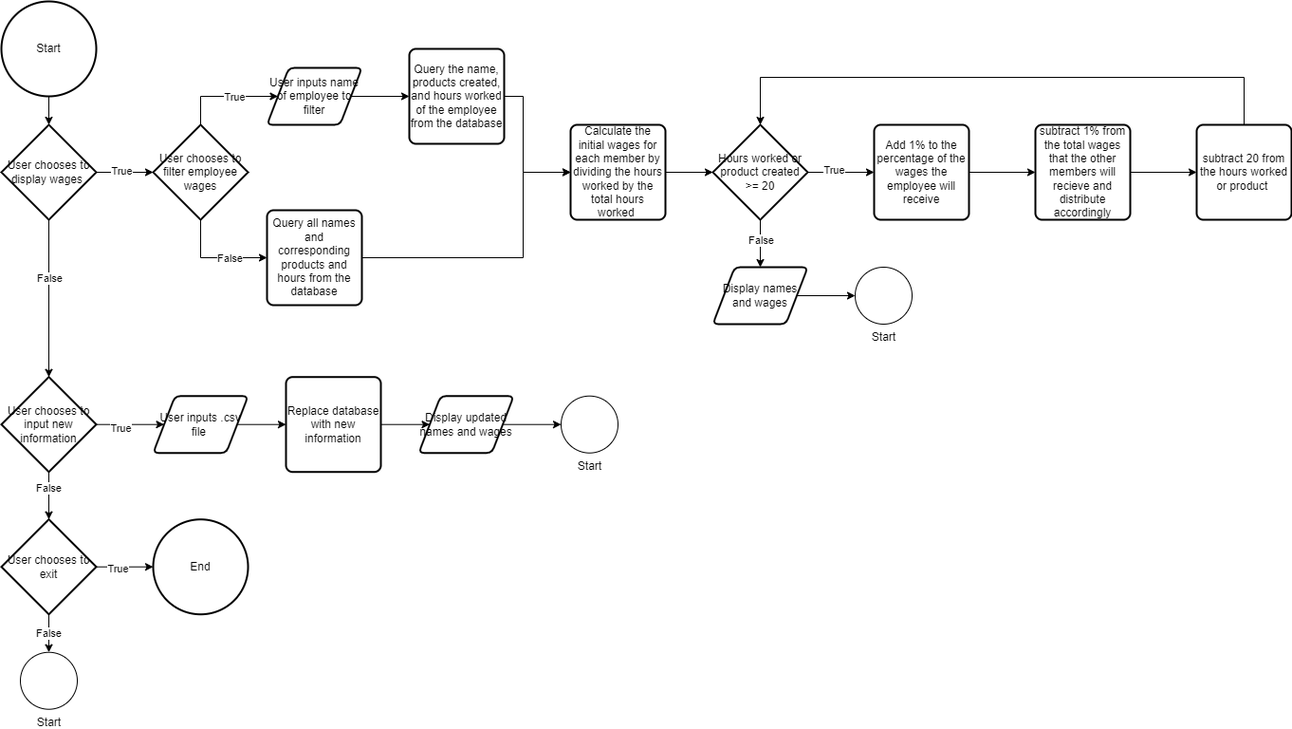
mimimelonxxxx/CSE2190-Easy keeps this draw.io diagram as Wage Calculator Flowchart.drawio.png. Above is the earlier version. Source tidied: cells renumbered, new cells last; positions are measured from the earlier drawing's top-left corner, leaving out a move shared by most shapes.
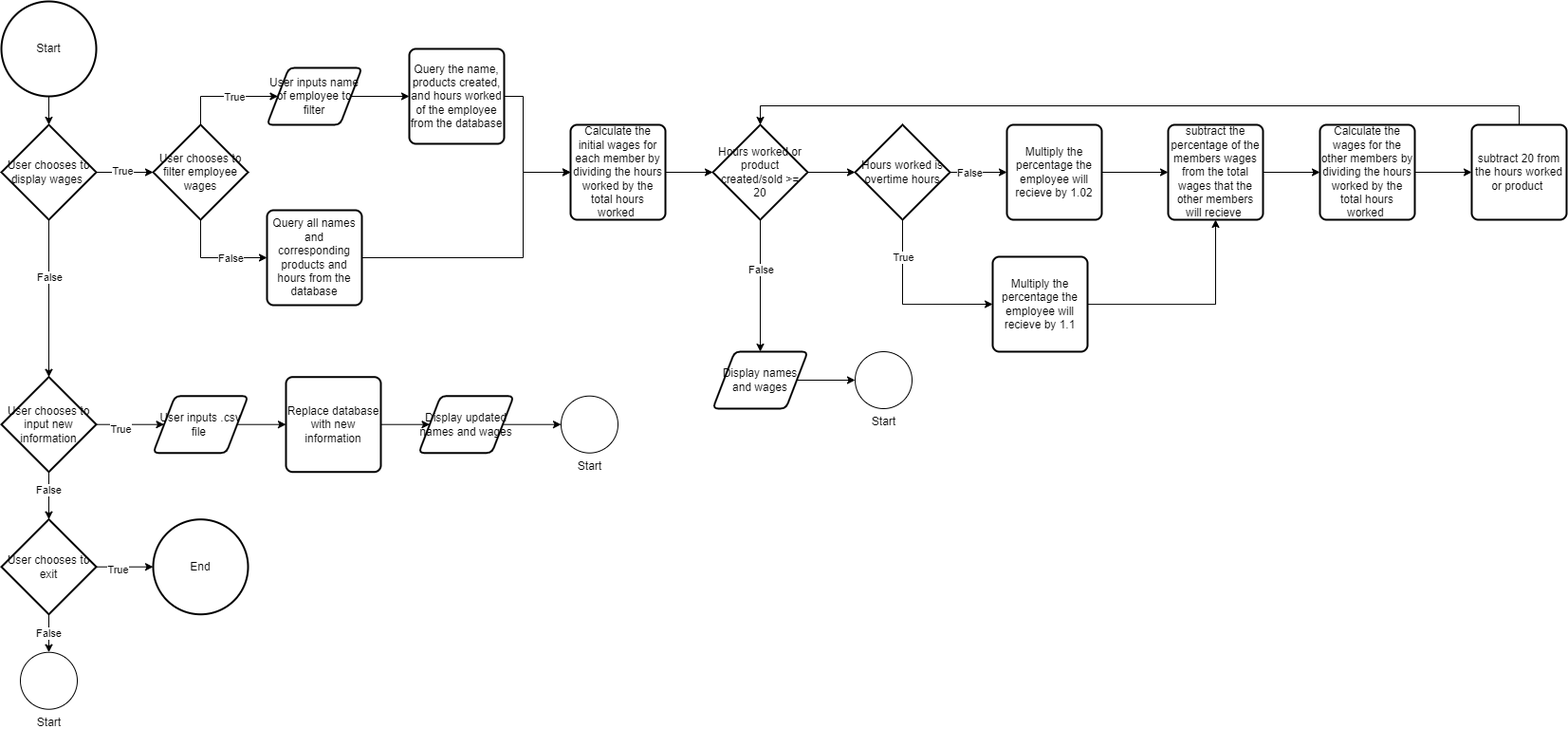
After the change.

Change to the diagram source:
```diff
@@ -121,10 +121,10 @@
       <mxGeometry relative="1" as="geometry" />
     </mxCell>
     <mxCell id="32" value="Display names and wages" style="shape=parallelogram;html=1;strokeWidth=2;perimeter=parallelogramPerimeter;whiteSpace=wrap;rounded=1;arcSize=12;size=0.23;" parent="1" vertex="1">
-      <mxGeometry x="750" y="280" width="100" height="60" as="geometry" />
+      <mxGeometry x="750" y="369" width="100" height="60" as="geometry" />
     </mxCell>
     <mxCell id="33" value="Start" style="verticalLabelPosition=bottom;verticalAlign=top;html=1;shape=mxgraph.flowchart.on-page_reference;" parent="1" vertex="1">
-      <mxGeometry x="900" y="280" width="60" height="60" as="geometry" />
+      <mxGeometry x="900" y="369" width="60" height="60" as="geometry" />
     </mxCell>
     <mxCell id="34" style="edgeStyle=orthogonalEdgeStyle;rounded=0;jettySize=auto;html=1;" parent="1" edge="1" source="35" target="37">
       <mxGeometry relative="1" as="geometry" />
@@ -153,12 +153,6 @@
     <mxCell id="42" value="Calculate the initial wages for each member by dividing the hours worked by the total hours worked&amp;nbsp;" style="rounded=1;whiteSpace=wrap;html=1;absoluteArcSize=1;arcSize=14;strokeWidth=2;" parent="1" vertex="1">
       <mxGeometry x="600" y="130" width="100" height="100" as="geometry" />
     </mxCell>
-    <mxCell id="43" style="edgeStyle=orthogonalEdgeStyle;rounded=0;jettySize=auto;html=1;" parent="1" edge="1" source="47" target="49">
-      <mxGeometry relative="1" as="geometry" />
-    </mxCell>
-    <mxCell id="44" value="True" style="edgeLabel;html=1;align=center;verticalAlign=middle;" parent="43" vertex="1">
-      <mxGeometry x="-0.24" y="3" relative="1" as="geometry" />
-    </mxCell>
     <mxCell id="45" style="edgeStyle=orthogonalEdgeStyle;rounded=0;jettySize=auto;html=1;" parent="1" edge="1" source="47" target="32">
       <mxGeometry relative="1" as="geometry" />
     </mxCell>
@@ -167,31 +161,69 @@
         <mxPoint x="-5" y="3" as="offset" />
       </mxGeometry>
     </mxCell>
+    <mxCell id="54" style="edgeStyle=orthogonalEdgeStyle;rounded=0;jettySize=auto;html=1;" parent="1" edge="1" source="47" target="59">
+      <mxGeometry relative="1" as="geometry" />
+    </mxCell>
-    <mxCell id="47" value="Hours worked or product created &amp;gt;= 20" style="strokeWidth=2;html=1;shape=mxgraph.flowchart.decision;whiteSpace=wrap;" parent="1" vertex="1">
+    <mxCell id="47" value="Hours worked or product created/sold &amp;gt;= 20" style="strokeWidth=2;html=1;shape=mxgraph.flowchart.decision;whiteSpace=wrap;" parent="1" vertex="1">
       <mxGeometry x="750" y="130" width="100" height="100" as="geometry" />
     </mxCell>
     <mxCell id="48" style="edgeStyle=orthogonalEdgeStyle;rounded=0;jettySize=auto;html=1;" parent="1" edge="1" source="49" target="51">
       <mxGeometry relative="1" as="geometry" />
     </mxCell>
-    <mxCell id="49" value="Add 1% to the percentage of the wages the employee will receive" style="rounded=1;whiteSpace=wrap;html=1;absoluteArcSize=1;arcSize=14;strokeWidth=2;" parent="1" vertex="1">
-      <mxGeometry x="920" y="130" width="100" height="100" as="geometry" />
+    <mxCell id="49" value="Multiply the percentage the employee will recieve by 1.02" style="rounded=1;whiteSpace=wrap;html=1;absoluteArcSize=1;arcSize=14;strokeWidth=2;" parent="1" vertex="1">
+      <mxGeometry x="1060" y="130" width="100" height="100" as="geometry" />
     </mxCell>
-    <mxCell id="50" style="edgeStyle=orthogonalEdgeStyle;rounded=0;jettySize=auto;html=1;" parent="1" edge="1" source="51" target="53">
-      <mxGeometry relative="1" as="geometry" />
-    </mxCell>
+    <mxCell id="55" style="edgeStyle=orthogonalEdgeStyle;rounded=0;jettySize=auto;html=1;" parent="1" edge="1" source="51" target="63">
+      <mxGeometry relative="1" as="geometry" />
+    </mxCell>
-    <mxCell id="51" value="subtract 1% from the total wages that the other members will recieve and distribute accordingly" style="rounded=1;whiteSpace=wrap;html=1;absoluteArcSize=1;arcSize=14;strokeWidth=2;" parent="1" vertex="1">
-      <mxGeometry x="1090" y="130" width="100" height="100" as="geometry" />
+    <mxCell id="51" value="subtract the percentage of the members wages from the total wages that the other members will recieve&amp;nbsp;" style="rounded=1;whiteSpace=wrap;html=1;absoluteArcSize=1;arcSize=14;strokeWidth=2;" parent="1" vertex="1">
+      <mxGeometry x="1230" y="130" width="100" height="100" as="geometry" />
     </mxCell>
     <mxCell id="52" style="edgeStyle=orthogonalEdgeStyle;rounded=0;jettySize=auto;html=1;entryX=0.5;entryY=0;entryDx=0;entryDy=0;entryPerimeter=0;" parent="1" edge="1" source="53" target="47">
       <mxGeometry relative="1" as="geometry">
         <Array as="points">
-          <mxPoint x="1310" y="80" />
-          <mxPoint x="800" y="80" />
+          <mxPoint x="1600" y="110" />
+          <mxPoint x="800" y="110" />
         </Array>
       </mxGeometry>
     </mxCell>
     <mxCell id="53" value="subtract 20 from the hours worked or product&amp;nbsp;" style="rounded=1;whiteSpace=wrap;html=1;absoluteArcSize=1;arcSize=14;strokeWidth=2;" parent="1" vertex="1">
-      <mxGeometry x="1260" y="130" width="100" height="100" as="geometry" />
+      <mxGeometry x="1550" y="130" width="100" height="100" as="geometry" />
     </mxCell>
+    <mxCell id="56" style="edgeStyle=orthogonalEdgeStyle;rounded=0;jettySize=auto;html=1;" parent="1" edge="1" source="59" target="49">
+      <mxGeometry relative="1" as="geometry" />
+    </mxCell>
+    <mxCell id="57" value="False" style="edgeLabel;html=1;align=center;verticalAlign=middle;" parent="56" vertex="1">
+      <mxGeometry x="-0.36" y="3" relative="1" as="geometry">
+        <mxPoint y="3" as="offset" />
+      </mxGeometry>
+    </mxCell>
+    <mxCell id="58" style="edgeStyle=orthogonalEdgeStyle;rounded=0;jettySize=auto;html=1;entryX=0;entryY=0.5;entryDx=0;entryDy=0;" parent="1" edge="1" source="59" target="61">
+      <mxGeometry relative="1" as="geometry">
+        <Array as="points">
+          <mxPoint x="950" y="319" />
+        </Array>
+      </mxGeometry>
+    </mxCell>
+    <mxCell id="44" value="True" style="edgeLabel;html=1;align=center;verticalAlign=middle;" parent="58" vertex="1">
+      <mxGeometry x="0.08" y="8" relative="1" as="geometry">
+        <mxPoint x="-11" y="-42" as="offset" />
+      </mxGeometry>
+    </mxCell>
+    <mxCell id="59" value="Hours worked is overtime hours" style="strokeWidth=2;html=1;shape=mxgraph.flowchart.decision;whiteSpace=wrap;" parent="1" vertex="1">
+      <mxGeometry x="900" y="130" width="100" height="100" as="geometry" />
+    </mxCell>
+    <mxCell id="60" style="edgeStyle=orthogonalEdgeStyle;rounded=0;jettySize=auto;html=1;entryX=0.5;entryY=1;entryDx=0;entryDy=0;" parent="1" edge="1" source="61" target="51">
+      <mxGeometry relative="1" as="geometry" />
+    </mxCell>
+    <mxCell id="61" value="Multiply the percentage the employee will recieve by 1.1" style="rounded=1;whiteSpace=wrap;html=1;absoluteArcSize=1;arcSize=14;strokeWidth=2;" parent="1" vertex="1">
+      <mxGeometry x="1045" y="269" width="100" height="100" as="geometry" />
+    </mxCell>
+    <mxCell id="62" style="edgeStyle=orthogonalEdgeStyle;rounded=0;jettySize=auto;html=1;" parent="1" edge="1" source="63" target="53">
+      <mxGeometry relative="1" as="geometry" />
+    </mxCell>
+    <mxCell id="63" value="Calculate the wages for the other members by dividing the hours worked by the total hours worked&amp;nbsp;" style="rounded=1;whiteSpace=wrap;html=1;absoluteArcSize=1;arcSize=14;strokeWidth=2;" parent="1" vertex="1">
+      <mxGeometry x="1390" y="130" width="100" height="100" as="geometry" />
+    </mxCell>
   </root>
 </mxGraphModel>
```
